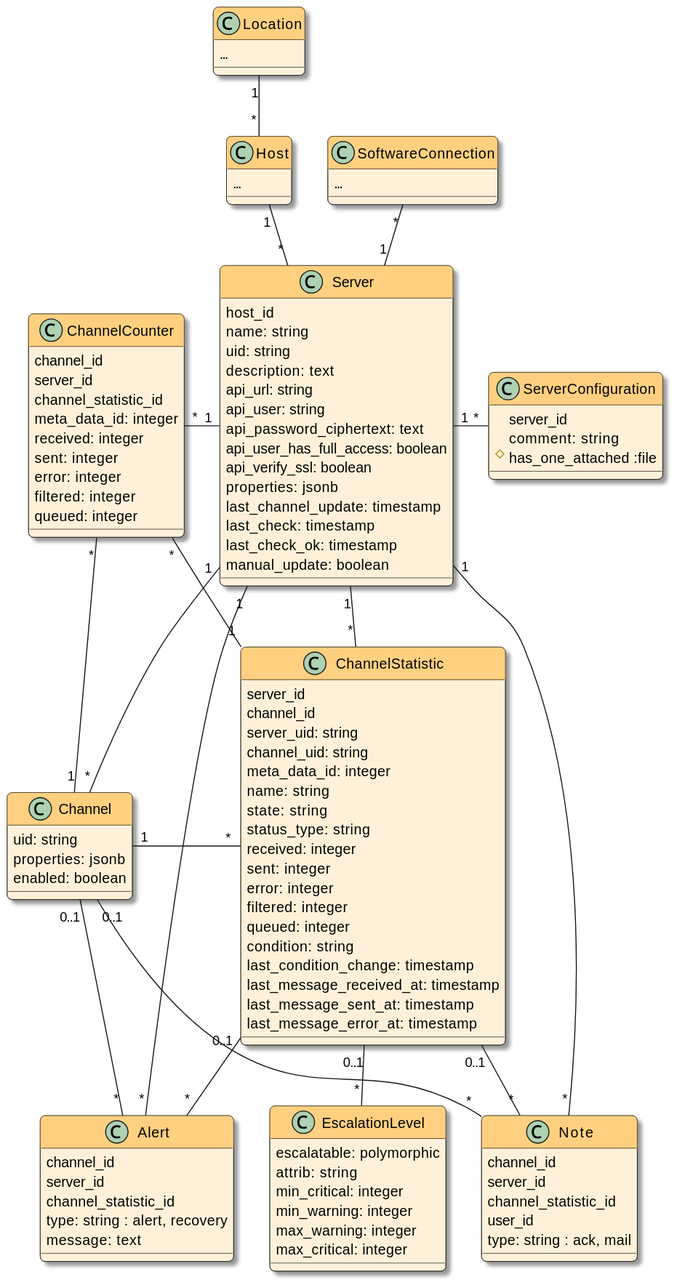
The PlantUML diagram docs/devnotes/_images/models.svg in swobspace/mirco, before a commit. Its diagram source:
```plantuml
@startuml
top to bottom direction

!theme mirco from .

class Location {
  ...
}
class Host {
  ...
}
class SoftwareConnection {
  ...
}

class Server  {
  host_id
  name: string
  uid: string
  description: text
  api_url: string
  api_user: string
  api_password_ciphertext: text
  api_user_has_full_access: boolean
  api_verify_ssl: boolean
  properties: jsonb
  last_channel_update: timestamp
  last_check: timestamp
  last_check_ok: timestamp
  manual_update: boolean
}

class Channel {
  uid: string
  properties: jsonb
  enabled: boolean
}

class ChannelStatistic {
  server_id
  channel_id
  server_uid: string
  channel_uid: string
  meta_data_id: integer
  name: string
  state: string
  status_type: string
  received: integer
  sent: integer
  error: integer
  filtered: integer
  queued: integer
  condition: string
  last_condition_change: timestamp
  last_message_received_at: timestamp
  last_message_sent_at: timestamp
  last_message_error_at: timestamp
}

class ChannelCounter {
  channel_id
  server_id
  channel_statistic_id
  meta_data_id: integer
  received: integer
  sent: integer
  error: integer
  filtered: integer
  queued: integer
}

class Alert {
  channel_id
  server_id
  channel_statistic_id
  type: string : alert, recovery
  message: text
}

class Note {
  channel_id
  server_id
  channel_statistic_id
  user_id
  type: string : ack, mail
}

class ServerConfiguration {
  server_id
  comment: string
  # has_one_attached :file
}

class EscalationLevel {
  escalatable: polymorphic
  attrib: string
  min_critical: integer
  min_warning: integer
  max_warning: integer
  max_critical: integer
}

Location "1" -- "*" Host
Host "1" -- "*" Server
SoftwareConnection "*" -- "1" "Server"
Server "1" -- "*" Channel
Server "1" - "*" ServerConfiguration
Server "1" - "*" ChannelStatistic
Channel "1" - "*" ChannelStatistic
ChannelCounter "*" - "1" Server
ChannelCounter "*" -- "1" Channel
ChannelCounter "*" -- "1" ChannelStatistic
Server "1" -- "*" Alert
Channel "0..1" -- "*" Alert
ChannelStatistic "0..1" -- "*" Alert
Server "1" -- "*" Note
Channel "0..1" -- "*" Note
ChannelStatistic "0..1" -- "*" Note
ChannelStatistic "0..1" -- "*" EscalationLevel

@enduml
```
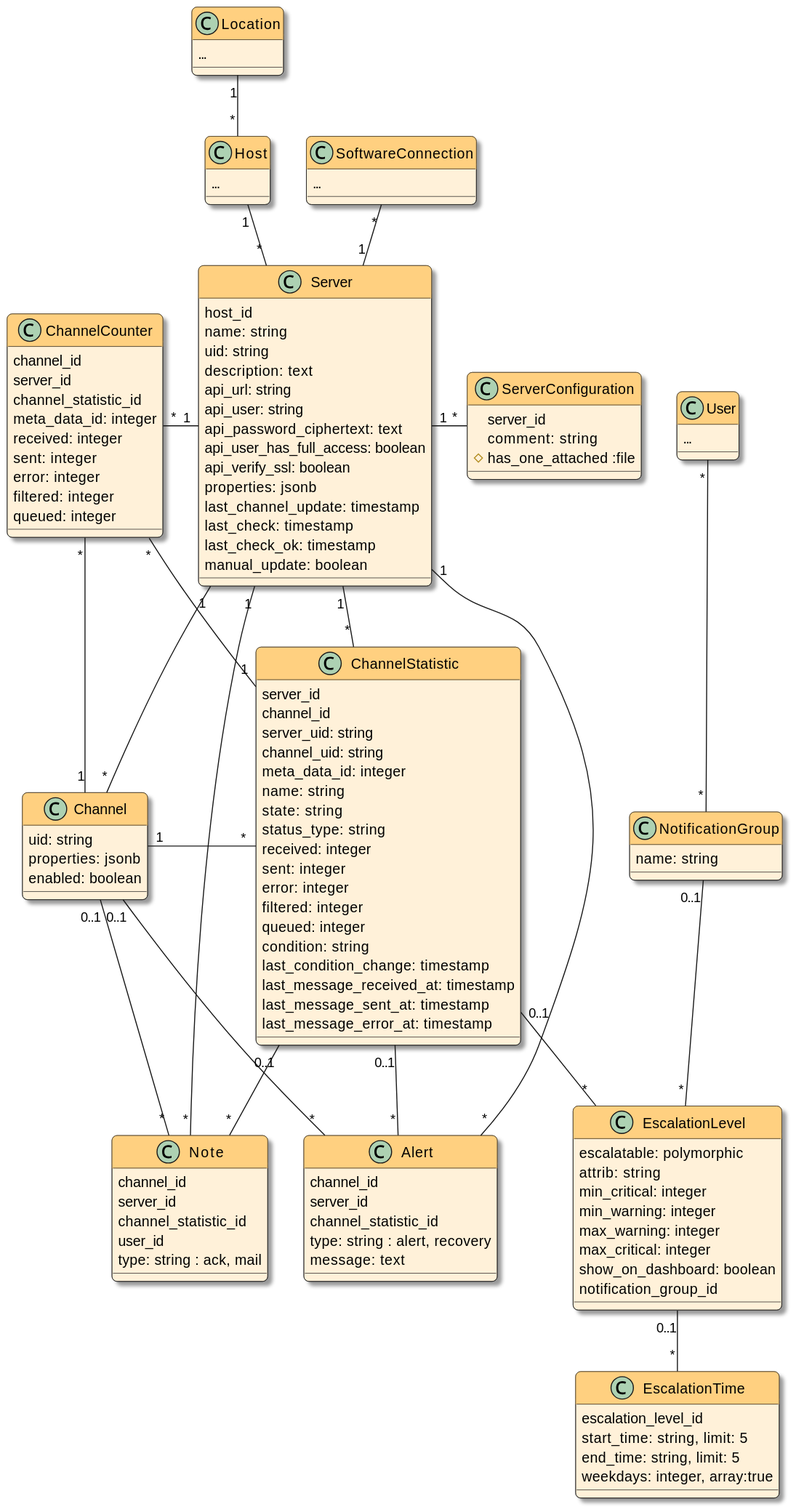
The same diagram one commit later.

Commit message:
update docs for type change in escalation_times

The edit, as a diff of the source:
```diff
@@ -2,6 +2,10 @@
 top to bottom direction
 
 !theme mirco from .
+
+class User {
+  ...
+}
 
 class Location {
   ...
@@ -98,6 +102,19 @@
   min_warning: integer
   max_warning: integer
   max_critical: integer
+  show_on_dashboard: boolean
+  notification_group_id
+}
+
+class EscalationTime {
+  escalation_level_id
+  start_time: string, limit: 5
+  end_time: string, limit: 5
+  weekdays: integer, array:true
+}
+
+class NotificationGroup {
+  name: string
 }
 
 Location "1" -- "*" Host
@@ -117,5 +134,7 @@
 Channel "0..1" -- "*" Note
 ChannelStatistic "0..1" -- "*" Note
 ChannelStatistic "0..1" -- "*" EscalationLevel
-
+NotificationGroup "0..1" -- "*" EscalationLevel
+EscalationLevel "0..1" -- "*" EscalationTime
+User "*" -- "*" NotificationGroup
 @enduml
```
